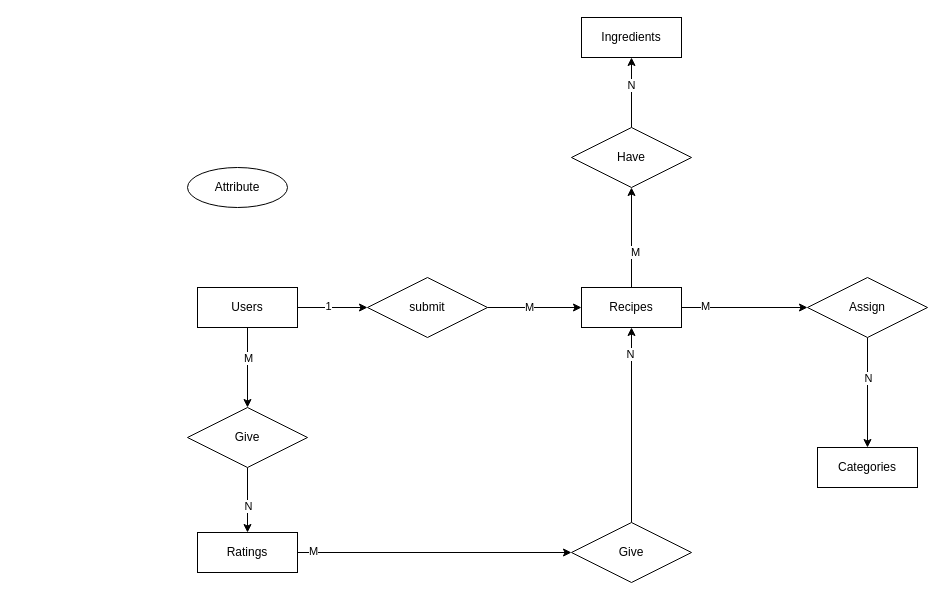
ziard47/Diagram keeps this draw.io diagram as Recipe ER.drawio. Above is the earlier version. Source tidied: cells renumbered, new cells numbered last; positions are measured from the earlier drawing's top-left corner, leaving out a move shared by most shapes. Both pictures are drawn from the tidied source at 100%, with x=0, y=0 at pixel (187, 17).
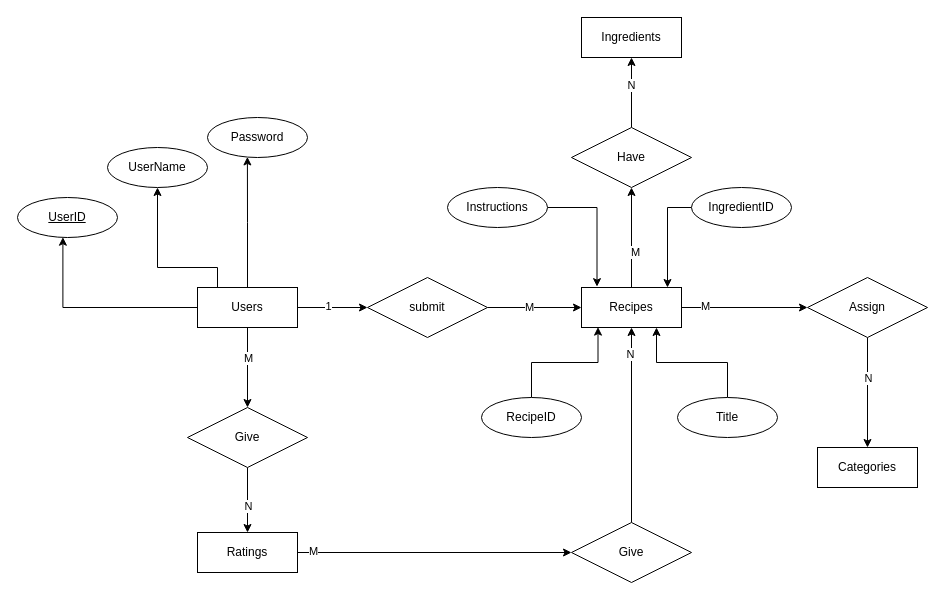
After the change.

The change refers to these unchanged cells:
```xml
<mxCell id="6" value="Users " style="whiteSpace=wrap;html=1;align=center;" parent="1" vertex="1">
  <mxGeometry x="10" y="270" width="100" height="40" as="geometry" />
</mxCell>
<mxCell id="11" value="Recipes " style="whiteSpace=wrap;html=1;align=center;" parent="1" vertex="1">
  <mxGeometry x="394" y="270" width="100" height="40" as="geometry" />
</mxCell>
```

The edit, as a diff of the source:
```diff
@@
+    <mxCell id="33" style="edgeStyle=orthogonalEdgeStyle;rounded=0;jettySize=auto;html=1;entryX=0.454;entryY=0.993;entryDx=0;entryDy=0;entryPerimeter=0;" parent="1" edge="1" source="6" target="17">
+      <mxGeometry relative="1" as="geometry" />
+    </mxCell>
+    <mxCell id="34" style="edgeStyle=orthogonalEdgeStyle;rounded=0;jettySize=auto;html=1;entryX=0.5;entryY=1;entryDx=0;entryDy=0;" parent="1" edge="1" source="6" target="36">
+      <mxGeometry relative="1" as="geometry">
+        <Array as="points">
+          <mxPoint x="30" y="250" />
+          <mxPoint x="-30" y="250" />
+        </Array>
+      </mxGeometry>
+    </mxCell>
+    <mxCell id="35" style="edgeStyle=orthogonalEdgeStyle;rounded=0;jettySize=auto;html=1;entryX=0.399;entryY=0.986;entryDx=0;entryDy=0;entryPerimeter=0;" parent="1" edge="1" source="6" target="37">
+      <mxGeometry relative="1" as="geometry" />
+    </mxCell>
@@
-    <mxCell id="17" value="Attribute" style="ellipse;whiteSpace=wrap;html=1;align=center;" parent="1" vertex="1">
-      <mxGeometry y="150" width="100" height="40" as="geometry" />
+    <mxCell id="17" value="UserID" style="ellipse;whiteSpace=wrap;html=1;align=center;fontStyle=4;" parent="1" vertex="1">
+      <mxGeometry x="-170" y="180" width="100" height="40" as="geometry" />
     </mxCell>
@@
+    <mxCell id="36" value="UserName" style="ellipse;whiteSpace=wrap;html=1;align=center;" parent="1" vertex="1">
+      <mxGeometry x="-80" y="130" width="100" height="40" as="geometry" />
+    </mxCell>
+    <mxCell id="37" value="Password" style="ellipse;whiteSpace=wrap;html=1;align=center;" parent="1" vertex="1">
+      <mxGeometry x="20" y="100" width="100" height="40" as="geometry" />
+    </mxCell>
+    <mxCell id="38" style="edgeStyle=orthogonalEdgeStyle;rounded=0;jettySize=auto;html=1;entryX=0.165;entryY=0.99;entryDx=0;entryDy=0;entryPerimeter=0;" parent="1" edge="1" source="39" target="11">
+      <mxGeometry relative="1" as="geometry" />
+    </mxCell>
+    <mxCell id="39" value="RecipeID" style="ellipse;whiteSpace=wrap;html=1;align=center;" parent="1" vertex="1">
+      <mxGeometry x="294" y="380" width="100" height="40" as="geometry" />
+    </mxCell>
+    <mxCell id="40" style="edgeStyle=orthogonalEdgeStyle;rounded=0;jettySize=auto;html=1;entryX=0.75;entryY=1;entryDx=0;entryDy=0;" parent="1" edge="1" source="41" target="11">
+      <mxGeometry relative="1" as="geometry" />
+    </mxCell>
+    <mxCell id="41" value="Title" style="ellipse;whiteSpace=wrap;html=1;align=center;" parent="1" vertex="1">
+      <mxGeometry x="490" y="380" width="100" height="40" as="geometry" />
+    </mxCell>
+    <mxCell id="42" style="edgeStyle=orthogonalEdgeStyle;rounded=0;jettySize=auto;html=1;entryX=0.86;entryY=0;entryDx=0;entryDy=0;entryPerimeter=0;" parent="1" edge="1" source="43" target="11">
+      <mxGeometry relative="1" as="geometry" />
+    </mxCell>
+    <mxCell id="43" value="IngredientID" style="ellipse;whiteSpace=wrap;html=1;align=center;" parent="1" vertex="1">
+      <mxGeometry x="504" y="170" width="100" height="40" as="geometry" />
+    </mxCell>
+    <mxCell id="44" style="edgeStyle=orthogonalEdgeStyle;rounded=0;jettySize=auto;html=1;entryX=0.155;entryY=-0.021;entryDx=0;entryDy=0;entryPerimeter=0;" parent="1" edge="1" source="45" target="11">
+      <mxGeometry relative="1" as="geometry" />
+    </mxCell>
+    <mxCell id="45" value="Instructions" style="ellipse;whiteSpace=wrap;html=1;align=center;" parent="1" vertex="1">
+      <mxGeometry x="260" y="170" width="100" height="40" as="geometry" />
+    </mxCell>
```
